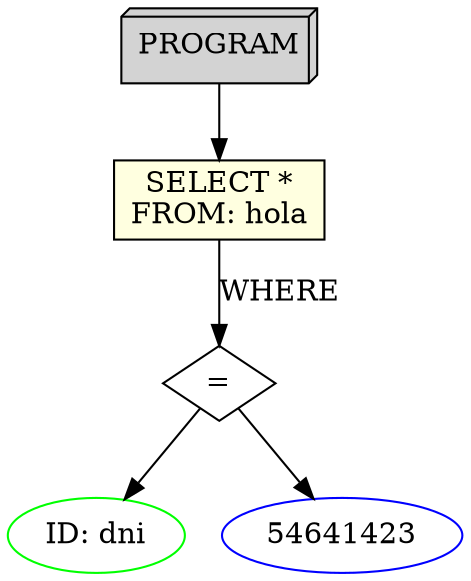
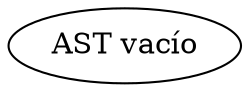
digraph AST {
-   node0 [label="PROGRAM", shape=box3d, style=filled, fillcolor=lightgrey];
-   node1 [label="SELECT *\nFROM: hola", shape=rect, style=filled, fillcolor=lightyellow];
-   node2 [label="=", shape=diamond];
-   node3 [label="ID: dni", shape=ellipse, color=green];
-   node2 -> node3;
-   node4 [label="54641423", shape=ellipse, color=blue];
-   node2 -> node4;
-   node1 -> node2 [label="WHERE"];
-   node0 -> node1;
+     empty [label="AST vacío"];
}
